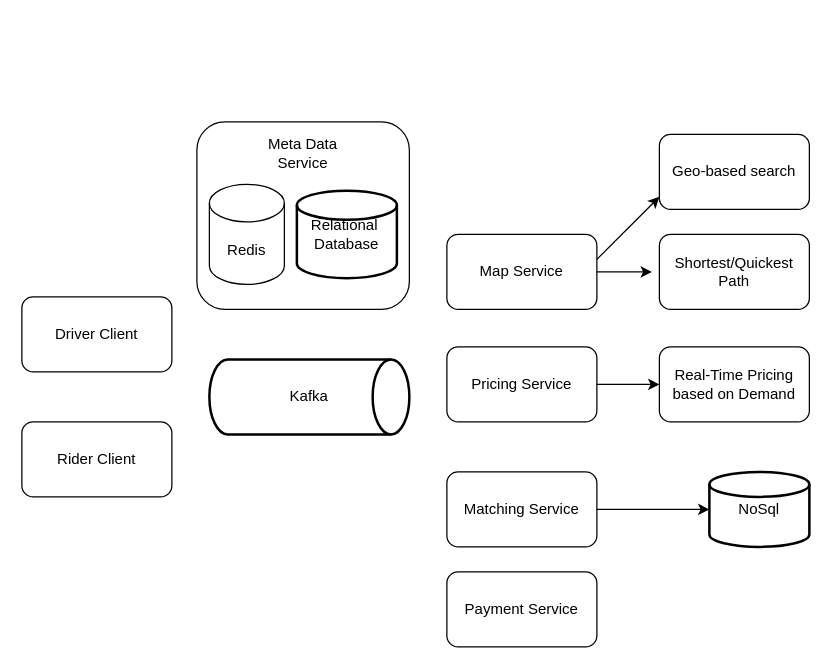
xwq172677170/SysdDiagram keeps this draw.io diagram as 14_UberLyft.drawio. Above is the earlier version. Source tidied: cells renumbered, new cells numbered last; positions are measured from the earlier drawing's top-left corner, leaving out a move shared by most shapes. Both pictures are drawn from the tidied source at 125%, with x=0, y=0 at pixel (21, 121).
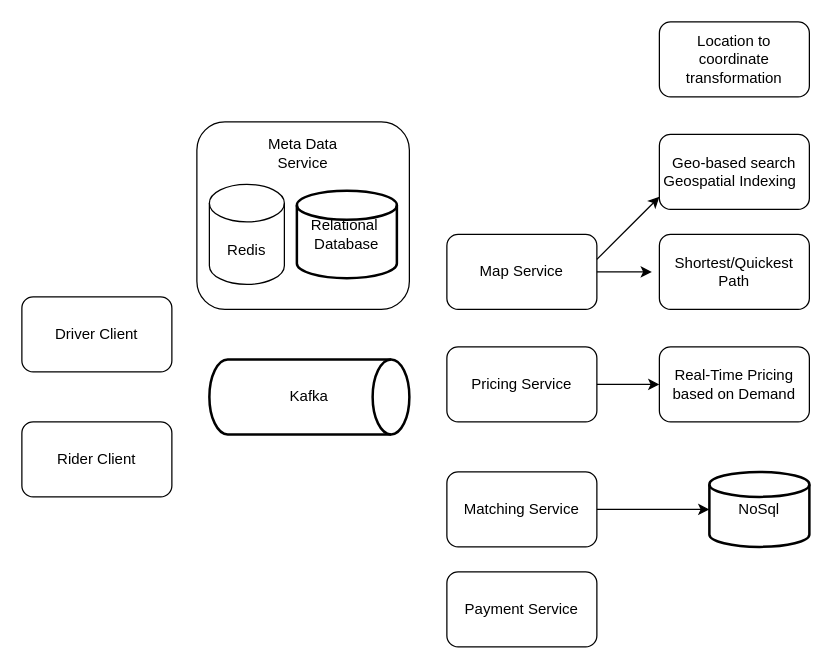
The same page after the edit.

What changed in the source:
```diff
@@
-    <mxCell id="7" value="Geo-based search" style="rounded=1;whiteSpace=wrap;html=1;" parent="1" vertex="1">
+    <mxCell id="7" value="Geo-based search&lt;br&gt;Geospatial Indexing&amp;nbsp;&amp;nbsp;" style="rounded=1;whiteSpace=wrap;html=1;" parent="1" vertex="1">
       <mxGeometry x="510" y="10" width="120" height="60" as="geometry" />
     </mxCell>
@@
+    <mxCell id="21" value="Location to coordinate transformation" style="rounded=1;whiteSpace=wrap;html=1;" parent="1" vertex="1">
+      <mxGeometry x="510" y="-80" width="120" height="60" as="geometry" />
+    </mxCell>
```
